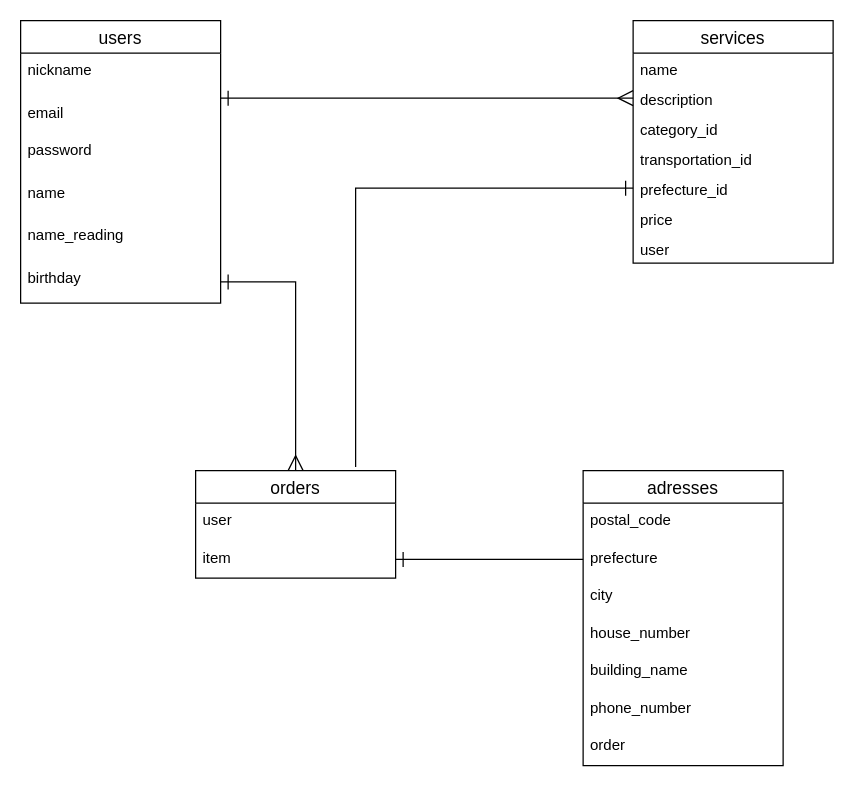
Earlier version of the draw.io diagram sharelife.dio (masa-bot1/sharelife). Source tidied: cells renumbered, new cells numbered last; positions are measured from the earlier drawing's top-left corner, leaving out a move shared by most shapes. Both pictures are drawn from the tidied source at 125%, with x=0, y=0 at pixel (20, 20).
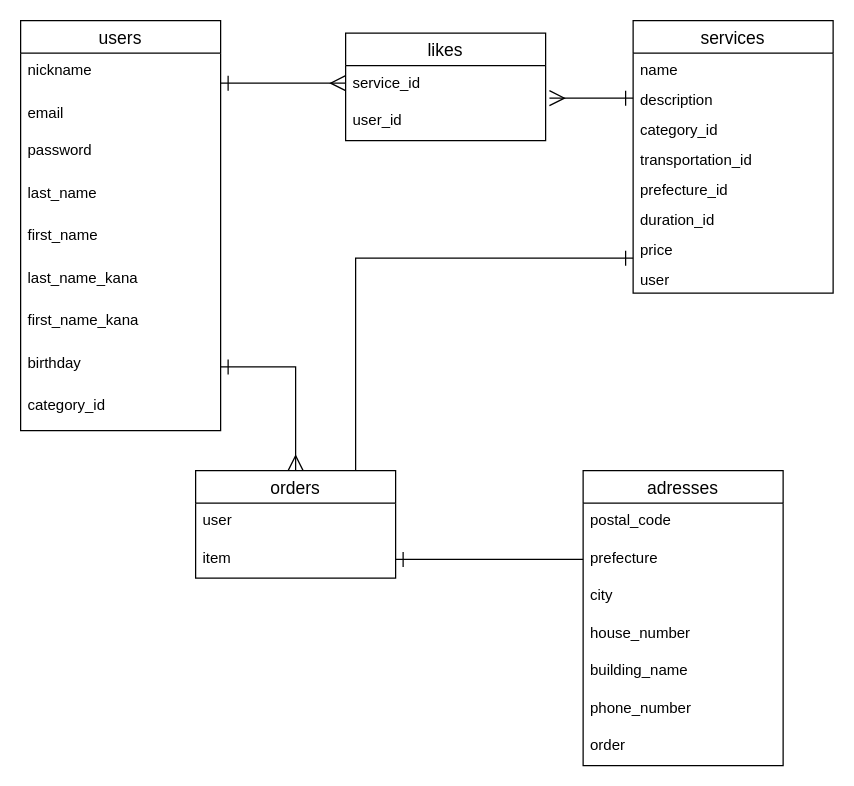
The same page after the edit.

Commit message (it also covers changes not shown here):
likesテーブルの追加

Unchanged cells that the change refers to:
```xml
<mxCell id="12" value="description" style="text;strokeColor=none;fillColor=none;spacingLeft=4;spacingRight=4;overflow=hidden;points=[[0,0.5],[1,0.5]];portConstraint=eastwest;fontSize=12;" parent="10" vertex="1">
  <mxGeometry y="50" width="160" height="24" as="geometry" />
</mxCell>
<mxCell id="15" value="prefecture_id" style="text;strokeColor=none;fillColor=none;spacingLeft=4;spacingRight=4;overflow=hidden;points=[[0,0.5],[1,0.5]];portConstraint=eastwest;fontSize=12;" parent="10" vertex="1">
  <mxGeometry y="122" width="160" height="24" as="geometry" />
</mxCell>
<mxCell id="26" value="orders" style="swimlane;fontStyle=0;horizontal=1;startSize=26;align=center;fontSize=14;" parent="1" vertex="1">
  <mxGeometry x="140" y="360" width="160" height="86" as="geometry" />
</mxCell>
```

Diff of the diagram source:
```diff
@@
     <mxCell id="2" value="users" style="swimlane;fontStyle=0;horizontal=1;startSize=26;align=center;fontSize=14;" parent="1" vertex="1">
-      <mxGeometry width="160" height="226" as="geometry" />
+      <mxGeometry width="160" height="328" as="geometry" />
     </mxCell>
@@
-    <mxCell id="6" value="name" style="text;strokeColor=none;fillColor=none;spacingLeft=4;spacingRight=4;overflow=hidden;fontSize=12;" parent="2" vertex="1">
+    <mxCell id="6" value="last_name" style="text;strokeColor=none;fillColor=none;spacingLeft=4;spacingRight=4;overflow=hidden;fontSize=12;" parent="2" vertex="1">
       <mxGeometry y="124" width="160" height="34" as="geometry" />
     </mxCell>
+    <mxCell id="32" value="first_name" style="text;strokeColor=none;fillColor=none;spacingLeft=4;spacingRight=4;overflow=hidden;fontSize=12;" parent="2" vertex="1">
+      <mxGeometry y="158" width="160" height="34" as="geometry" />
+    </mxCell>
+    <mxCell id="33" value="last_name_kana" style="text;strokeColor=none;fillColor=none;spacingLeft=4;spacingRight=4;overflow=hidden;fontSize=12;" parent="2" vertex="1">
+      <mxGeometry y="192" width="160" height="34" as="geometry" />
+    </mxCell>
-    <mxCell id="7" value="name_reading" style="text;strokeColor=none;fillColor=none;spacingLeft=4;spacingRight=4;overflow=hidden;fontSize=12;" parent="2" vertex="1">
-      <mxGeometry y="158" width="160" height="34" as="geometry" />
+    <mxCell id="7" value="first_name_kana" style="text;strokeColor=none;fillColor=none;spacingLeft=4;spacingRight=4;overflow=hidden;fontSize=12;" parent="2" vertex="1">
+      <mxGeometry y="226" width="160" height="34" as="geometry" />
     </mxCell>
     <mxCell id="8" value="birthday" style="text;strokeColor=none;fillColor=none;spacingLeft=4;spacingRight=4;overflow=hidden;points=[[0,0.5],[1,0.5]];portConstraint=eastwest;fontSize=12;" parent="2" vertex="1">
-      <mxGeometry y="192" width="160" height="34" as="geometry" />
+      <mxGeometry y="260" width="160" height="34" as="geometry" />
     </mxCell>
-    <mxCell id="9" style="edgeStyle=orthogonalEdgeStyle;rounded=0;jettySize=auto;html=1;entryX=0;entryY=0.5;entryDx=0;entryDy=0;endArrow=ERmany;endFill=0;endSize=10;startArrow=ERone;startFill=0;startSize=10;" parent="1" edge="1" target="12">
-      <mxGeometry relative="1" as="geometry">
-        <mxPoint x="160" y="62" as="sourcePoint" />
-        <Array as="points">
-          <mxPoint x="160" y="62" />
-        </Array>
-      </mxGeometry>
-    </mxCell>
+    <mxCell id="34" value="category_id" style="text;strokeColor=none;fillColor=none;spacingLeft=4;spacingRight=4;overflow=hidden;fontSize=12;" parent="2" vertex="1">
+      <mxGeometry y="294" width="160" height="34" as="geometry" />
+    </mxCell>
     <mxCell id="10" value="services" style="swimlane;fontStyle=0;horizontal=1;startSize=26;align=center;fontSize=14;" parent="1" vertex="1">
-      <mxGeometry x="490" width="160" height="194" as="geometry" />
+      <mxGeometry x="490" width="160" height="218" as="geometry" />
     </mxCell>
@@
+    <mxCell id="35" value="duration_id" style="text;strokeColor=none;fillColor=none;spacingLeft=4;spacingRight=4;overflow=hidden;fontSize=12;" parent="10" vertex="1">
+      <mxGeometry y="146" width="160" height="24" as="geometry" />
+    </mxCell>
     <mxCell id="16" value="price" style="text;strokeColor=none;fillColor=none;spacingLeft=4;spacingRight=4;overflow=hidden;fontSize=12;" parent="10" vertex="1">
-      <mxGeometry y="146" width="160" height="24" as="geometry" />
+      <mxGeometry y="170" width="160" height="24" as="geometry" />
     </mxCell>
     <mxCell id="17" value="user" style="text;strokeColor=none;fillColor=none;spacingLeft=4;spacingRight=4;overflow=hidden;fontSize=12;" parent="10" vertex="1">
-      <mxGeometry y="170" width="160" height="24" as="geometry" />
+      <mxGeometry y="194" width="160" height="24" as="geometry" />
     </mxCell>
@@
-    <mxCell id="30" style="edgeStyle=orthogonalEdgeStyle;rounded=0;jettySize=auto;html=1;entryX=0.8;entryY=-0.034;entryDx=0;entryDy=0;entryPerimeter=0;endArrow=none;endFill=0;endSize=10;startArrow=ERone;startFill=0;startSize=10;exitX=0;exitY=0.5;exitDx=0;exitDy=0;" parent="1" edge="1" source="15" target="26">
-      <mxGeometry relative="1" as="geometry" />
-    </mxCell>
@@
+    <mxCell id="36" value="likes" style="swimlane;fontStyle=0;horizontal=1;startSize=26;align=center;fontSize=14;" parent="1" vertex="1">
+      <mxGeometry x="260" y="10" width="160" height="86" as="geometry" />
+    </mxCell>
+    <mxCell id="37" value="service_id" style="text;strokeColor=none;fillColor=none;spacingLeft=4;spacingRight=4;overflow=hidden;fontSize=12;" parent="36" vertex="1">
+      <mxGeometry y="26" width="160" height="30" as="geometry" />
+    </mxCell>
+    <mxCell id="38" value="user_id" style="text;strokeColor=none;fillColor=none;spacingLeft=4;spacingRight=4;overflow=hidden;points=[[0,0.5],[1,0.5]];portConstraint=eastwest;fontSize=12;" parent="36" vertex="1">
+      <mxGeometry y="56" width="160" height="30" as="geometry" />
+    </mxCell>
+    <mxCell id="39" style="edgeStyle=orthogonalEdgeStyle;rounded=0;orthogonalLoop=1;jettySize=auto;html=1;endArrow=none;endFill=0;endSize=10;startArrow=ERone;startFill=0;startSize=10;exitX=0;exitY=0.5;exitDx=0;exitDy=0;" parent="1" edge="1">
+      <mxGeometry relative="1" as="geometry">
+        <mxPoint x="490" y="190" as="sourcePoint" />
+        <mxPoint x="268" y="360" as="targetPoint" />
+        <Array as="points">
+          <mxPoint x="268" y="190" />
+        </Array>
+      </mxGeometry>
+    </mxCell>
+    <mxCell id="40" style="edgeStyle=orthogonalEdgeStyle;rounded=0;orthogonalLoop=1;jettySize=auto;html=1;exitX=1;exitY=0.5;exitDx=0;exitDy=0;endArrow=ERmany;endFill=0;endSize=10;startArrow=ERone;startFill=0;startSize=10;" parent="1" edge="1">
+      <mxGeometry relative="1" as="geometry">
+        <mxPoint x="160" y="50" as="sourcePoint" />
+        <mxPoint x="260" y="50" as="targetPoint" />
+      </mxGeometry>
+    </mxCell>
+    <mxCell id="41" style="edgeStyle=orthogonalEdgeStyle;rounded=0;jettySize=auto;html=1;entryX=1.019;entryY=-0.133;entryDx=0;entryDy=0;entryPerimeter=0;startArrow=ERone;startFill=0;startSize=10;endArrow=ERmany;endFill=0;endSize=10;" parent="1" edge="1" source="12" target="38">
+      <mxGeometry relative="1" as="geometry" />
+    </mxCell>
```
